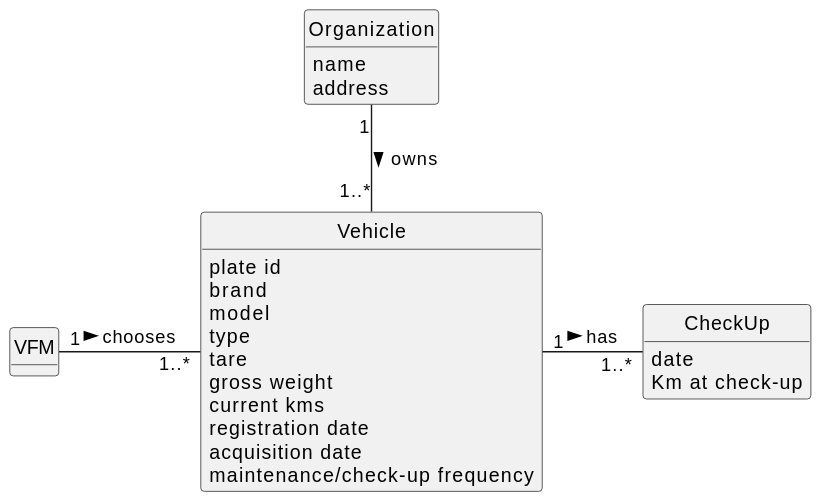
Before: docs/sprintB/us007/02.analysis/svg/us007-domain-model.svg, a diagram exported from PlantUML (diogoveirospro/lei-24-s2-1dg-g072).
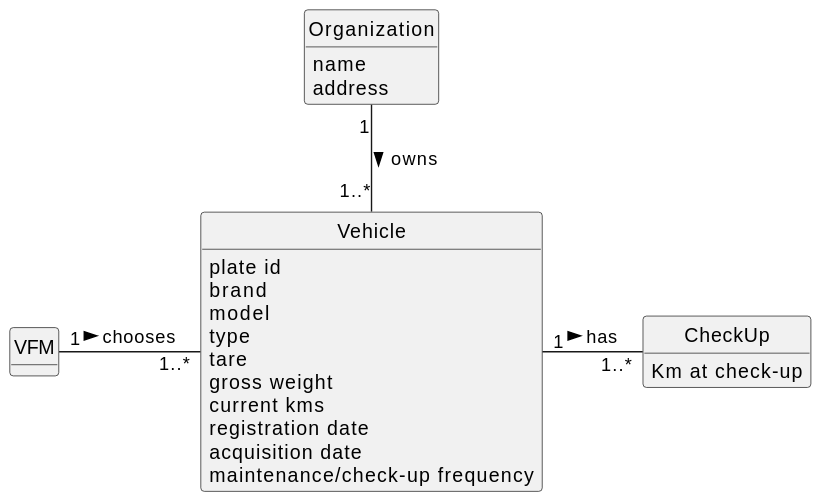
After the change.

Commit message:
Made changes in the US007 analyses

Change to the diagram source:
```diff
@@ -32,7 +32,6 @@
 }
 
 class CheckUp{
-    date
     Km at check-up
 }
 
```
